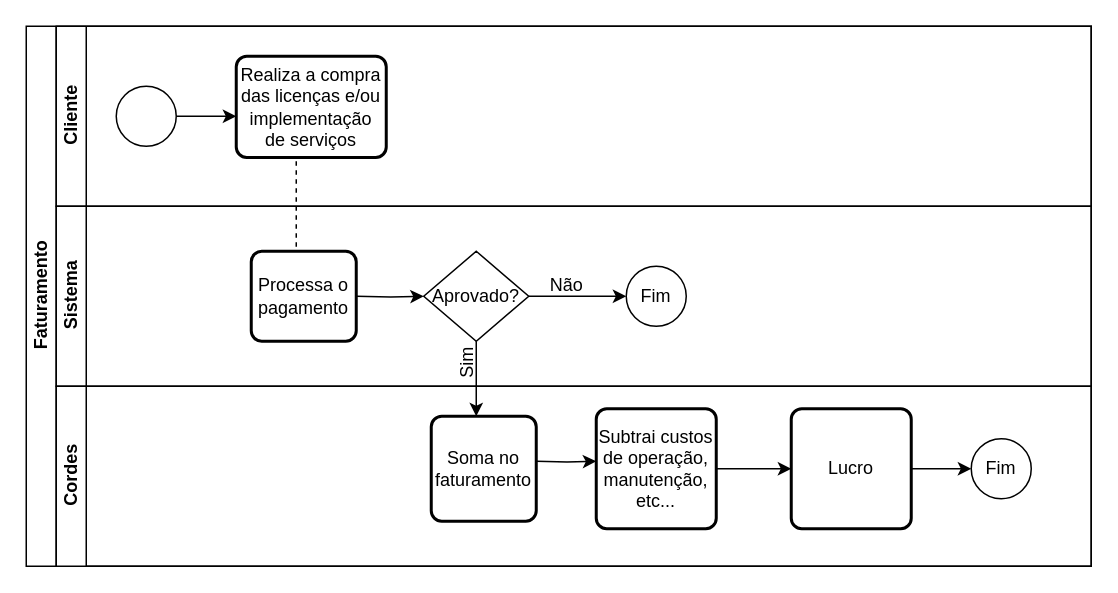
uniflusantos/Proj_Eng_Software keeps this draw.io diagram as Faturamento.drawio. Above is the earlier version. Source tidied: cells renumbered, new cells numbered last; positions are measured from the earlier drawing's top-left corner, leaving out a move shared by most shapes. Both pictures are drawn from the tidied source at 150%, with x=0, y=0 at pixel (26, 26).
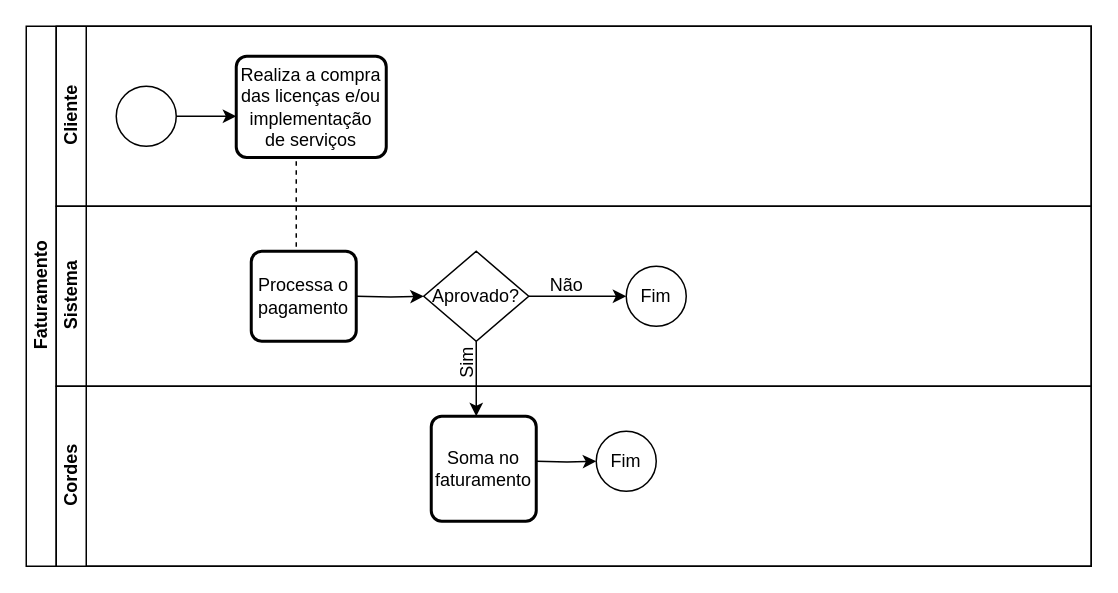
The same page after the edit.

Unchanged cells that the change refers to:
```xml
<mxCell id="16" value="Cordes" style="swimlane;html=1;startSize=20;horizontal=0;" parent="2" vertex="1">
  <mxGeometry x="20" y="240" width="690" height="120" as="geometry" />
</mxCell>
```

Change to the diagram source:
```diff
@@
-    <mxCell id="19" style="edgeStyle=orthogonalEdgeStyle;rounded=0;jettySize=auto;html=1;exitX=1;exitY=0.5;exitDx=0;exitDy=0;" parent="16" edge="1" source="20">
-      <mxGeometry relative="1" as="geometry">
-        <mxPoint x="490" y="55" as="targetPoint" />
-      </mxGeometry>
-    </mxCell>
-    <mxCell id="20" value="Subtrai custos de operação, manutenção, etc..." style="rounded=1;whiteSpace=wrap;html=1;absoluteArcSize=1;arcSize=14;strokeWidth=2;" parent="16" vertex="1">
-      <mxGeometry x="360" y="15" width="80" height="80" as="geometry" />
-    </mxCell>
-    <mxCell id="21" style="edgeStyle=orthogonalEdgeStyle;rounded=0;jettySize=auto;html=1;exitX=1;exitY=0.5;exitDx=0;exitDy=0;entryX=0;entryY=0.5;entryDx=0;entryDy=0;" parent="16" edge="1" source="22" target="23">
-      <mxGeometry relative="1" as="geometry" />
-    </mxCell>
-    <mxCell id="22" value="Lucro" style="rounded=1;whiteSpace=wrap;html=1;absoluteArcSize=1;arcSize=14;strokeWidth=2;" parent="16" vertex="1">
-      <mxGeometry x="490" y="15" width="80" height="80" as="geometry" />
-    </mxCell>
     <mxCell id="23" value="Fim" style="ellipse;whiteSpace=wrap;html=1;" parent="16" vertex="1">
-      <mxGeometry x="610" y="35" width="40" height="40" as="geometry" />
+      <mxGeometry x="360" y="30" width="40" height="40" as="geometry" />
     </mxCell>
```
